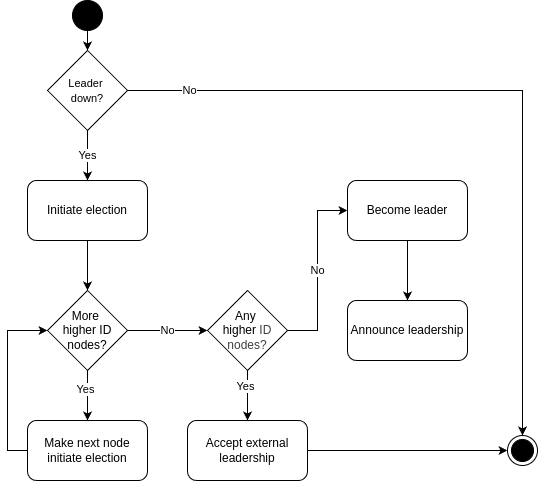
This is Bully/bad bully activity.png from jakoblund2/DS-Leader-Election, a draw.io export, as it was before one commit. Source tidied: cells renumbered, new cells last; positions are measured from the earlier drawing's top-left corner, leaving out a move shared by most shapes. Source of this version:
```xml
<mxGraphModel>
  <root>
    <mxCell id="0" />
    <mxCell id="1" parent="0" />
    <mxCell id="2" style="edgeStyle=none;html=1;exitX=0.5;exitY=1;exitDx=0;exitDy=0;entryX=0.5;entryY=0;entryDx=0;entryDy=0;" parent="1" edge="1" source="3" target="5">
      <mxGeometry relative="1" as="geometry" />
    </mxCell>
    <mxCell id="3" style="ellipse;fillColor=strokeColor;html=1;" parent="1" vertex="1">
      <mxGeometry x="65" width="30" height="30" as="geometry" />
    </mxCell>
    <mxCell id="4" value="Yes" style="edgeStyle=none;html=1;exitX=0.5;exitY=1;exitDx=0;exitDy=0;entryX=0.5;entryY=0;entryDx=0;entryDy=0;" parent="1" edge="1" source="5" target="8">
      <mxGeometry relative="1" as="geometry" />
    </mxCell>
    <mxCell id="5" value="&lt;font style=&quot;font-size: 11px;&quot;&gt;Leader&amp;nbsp;&lt;/font&gt;&lt;div&gt;&lt;font style=&quot;font-size: 11px;&quot;&gt;down?&lt;/font&gt;&lt;/div&gt;" style="rhombus;whiteSpace=wrap;html=1;" parent="1" vertex="1">
      <mxGeometry x="40" y="50" width="80" height="80" as="geometry" />
    </mxCell>
    <mxCell id="6" style="ellipse;html=1;shape=endState;fillColor=strokeColor;" parent="1" vertex="1">
      <mxGeometry x="500" y="435" width="30" height="30" as="geometry" />
    </mxCell>
    <mxCell id="7" style="edgeStyle=none;html=1;exitX=0.5;exitY=1;exitDx=0;exitDy=0;entryX=0.5;entryY=0;entryDx=0;entryDy=0;" parent="1" edge="1" source="8" target="12">
      <mxGeometry relative="1" as="geometry" />
    </mxCell>
    <mxCell id="8" value="Initiate election" style="rounded=1;whiteSpace=wrap;html=1;" parent="1" vertex="1">
      <mxGeometry x="20" y="180" width="120" height="60" as="geometry" />
    </mxCell>
    <mxCell id="9" value="No" style="edgeStyle=none;html=1;exitX=1;exitY=0.5;exitDx=0;exitDy=0;entryX=0;entryY=0.5;entryDx=0;entryDy=0;" parent="1" edge="1" source="12" target="17">
      <mxGeometry relative="1" as="geometry" />
    </mxCell>
    <mxCell id="10" style="edgeStyle=none;html=1;exitX=0.5;exitY=1;exitDx=0;exitDy=0;entryX=0.5;entryY=0;entryDx=0;entryDy=0;" parent="1" edge="1" source="12" target="19">
      <mxGeometry relative="1" as="geometry" />
    </mxCell>
    <mxCell id="11" value="Yes" style="edgeLabel;html=1;align=center;verticalAlign=middle;" parent="10" vertex="1">
      <mxGeometry x="-0.24" y="-2" relative="1" as="geometry" />
    </mxCell>
    <mxCell id="12" value="More&amp;nbsp;&lt;div&gt;higher ID nodes?&lt;/div&gt;" style="rhombus;whiteSpace=wrap;html=1;" parent="1" vertex="1">
      <mxGeometry x="40" y="290" width="80" height="80" as="geometry" />
    </mxCell>
    <mxCell id="13" value="No" style="edgeStyle=orthogonalEdgeStyle;html=1;exitX=1;exitY=0.5;exitDx=0;exitDy=0;entryX=0.5;entryY=0;entryDx=0;entryDy=0;rounded=0;curved=0;" parent="1" edge="1" source="5" target="6">
      <mxGeometry x="-0.83" relative="1" as="geometry" />
    </mxCell>
    <mxCell id="14" value="No" style="edgeStyle=orthogonalEdgeStyle;html=1;exitX=1;exitY=0.5;exitDx=0;exitDy=0;entryX=0;entryY=0.5;entryDx=0;entryDy=0;rounded=0;curved=0;" parent="1" edge="1" source="17" target="23">
      <mxGeometry relative="1" as="geometry" />
    </mxCell>
    <mxCell id="15" style="edgeStyle=none;html=1;exitX=0.5;exitY=1;exitDx=0;exitDy=0;entryX=0.5;entryY=0;entryDx=0;entryDy=0;" parent="1" edge="1" source="17" target="21">
      <mxGeometry relative="1" as="geometry" />
    </mxCell>
    <mxCell id="16" value="Yes" style="edgeLabel;html=1;align=center;verticalAlign=middle;" parent="15" vertex="1">
      <mxGeometry x="-0.37" y="-2" relative="1" as="geometry" />
    </mxCell>
    <mxCell id="17" value="Any&amp;nbsp;&lt;div&gt;higher&amp;nbsp;&lt;span style=&quot;color: rgb(63, 63, 63); background-color: transparent;&quot;&gt;ID nodes?&lt;/span&gt;&lt;/div&gt;" style="rhombus;whiteSpace=wrap;html=1;" parent="1" vertex="1">
      <mxGeometry x="200" y="290" width="80" height="80" as="geometry" />
    </mxCell>
    <mxCell id="18" style="edgeStyle=orthogonalEdgeStyle;html=1;exitX=0;exitY=0.5;exitDx=0;exitDy=0;entryX=0;entryY=0.5;entryDx=0;entryDy=0;rounded=0;curved=0;" parent="1" edge="1" source="19" target="12">
      <mxGeometry relative="1" as="geometry">
        <Array as="points">
          <mxPoint y="450" />
          <mxPoint y="330" />
        </Array>
      </mxGeometry>
    </mxCell>
    <mxCell id="19" value="Make next node initiate election" style="rounded=1;whiteSpace=wrap;html=1;" parent="1" vertex="1">
      <mxGeometry x="20" y="420" width="120" height="60" as="geometry" />
    </mxCell>
    <mxCell id="20" style="edgeStyle=none;html=1;exitX=1;exitY=0.5;exitDx=0;exitDy=0;entryX=0;entryY=0.5;entryDx=0;entryDy=0;" parent="1" edge="1" source="21" target="6">
      <mxGeometry relative="1" as="geometry" />
    </mxCell>
    <mxCell id="21" value="Accept external leadership" style="rounded=1;whiteSpace=wrap;html=1;" parent="1" vertex="1">
      <mxGeometry x="180" y="420" width="120" height="60" as="geometry" />
    </mxCell>
    <mxCell id="22" style="edgeStyle=none;html=1;exitX=0.5;exitY=1;exitDx=0;exitDy=0;entryX=0.5;entryY=0;entryDx=0;entryDy=0;" parent="1" edge="1" source="23" target="24">
      <mxGeometry relative="1" as="geometry" />
    </mxCell>
    <mxCell id="23" value="Become leader" style="rounded=1;whiteSpace=wrap;html=1;" parent="1" vertex="1">
      <mxGeometry x="340" y="180" width="120" height="60" as="geometry" />
    </mxCell>
    <mxCell id="24" value="Announce leadership" style="rounded=1;whiteSpace=wrap;html=1;" parent="1" vertex="1">
      <mxGeometry x="340" y="300" width="120" height="60" as="geometry" />
    </mxCell>
  </root>
</mxGraphModel>
```
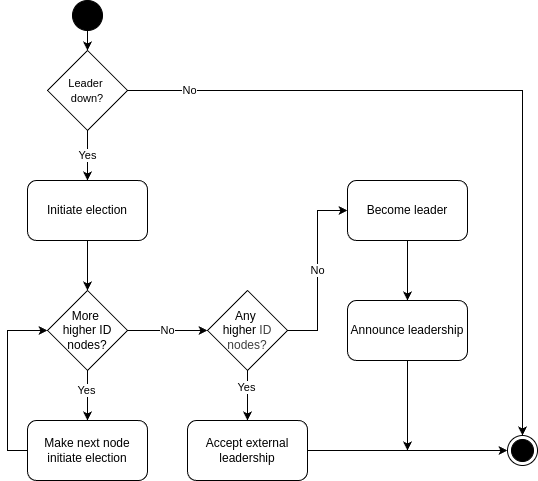
The same diagram one commit later.

Commit message:
fixed bad bully UML diagram

Diff of the diagram source:
```diff
@@ -73,6 +73,11 @@
     <mxCell id="23" value="Become leader" style="rounded=1;whiteSpace=wrap;html=1;" parent="1" vertex="1">
       <mxGeometry x="340" y="180" width="120" height="60" as="geometry" />
     </mxCell>
+    <mxCell id="25" style="edgeStyle=none;html=1;exitX=0.5;exitY=1;exitDx=0;exitDy=0;" parent="1" edge="1" source="24">
+      <mxGeometry relative="1" as="geometry">
+        <mxPoint x="400" y="450" as="targetPoint" />
+      </mxGeometry>
+    </mxCell>
     <mxCell id="24" value="Announce leadership" style="rounded=1;whiteSpace=wrap;html=1;" parent="1" vertex="1">
       <mxGeometry x="340" y="300" width="120" height="60" as="geometry" />
     </mxCell>
```
